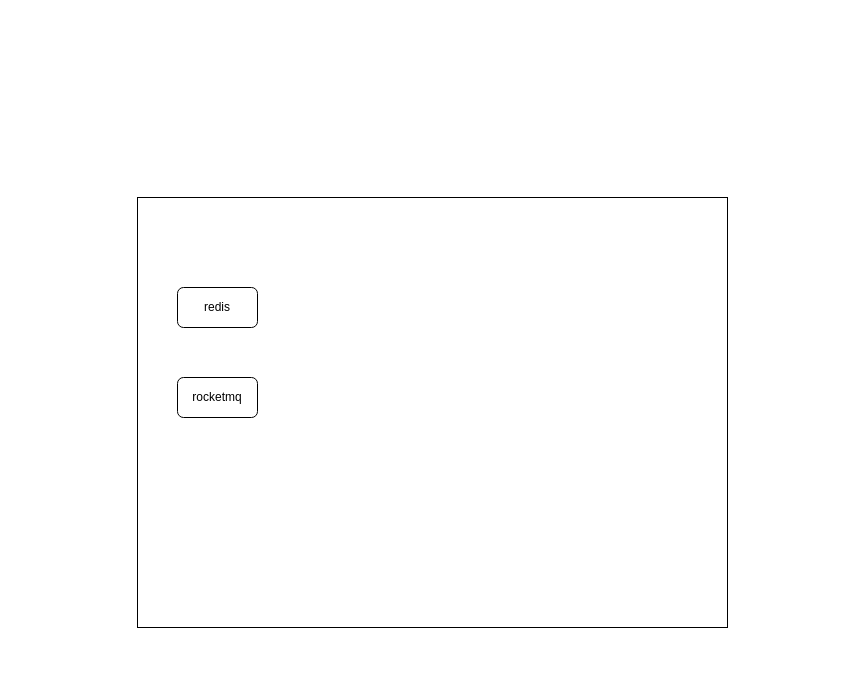
Before: Untitled Diagram.drawio in hwrdt/HWRDT, a draw.io diagram. Source tidied: cells renumbered, new cells numbered last; positions are measured from the earlier drawing's top-left corner, leaving out a move shared by most shapes. Both pictures are drawn from the tidied source at 100%, with x=0, y=0 at pixel (137, 197).
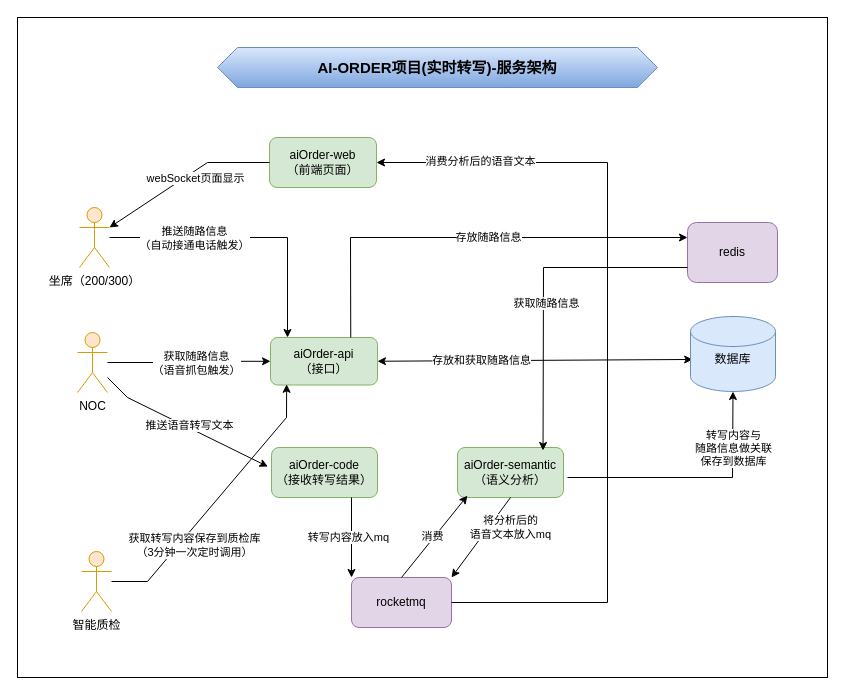
After the change.

What changed in the source:
```diff
@@
     <mxCell id="2" style="rounded=0;whiteSpace=wrap;html=1;" parent="1" vertex="1">
-      <mxGeometry width="590" height="430" as="geometry" />
+      <mxGeometry x="-120" y="-180" width="810" height="660" as="geometry" />
     </mxCell>
-    <mxCell id="3" value="redis&lt;br&gt;" style="rounded=1;whiteSpace=wrap;html=1;" parent="1" vertex="1">
-      <mxGeometry x="40" y="90" width="80" height="40" as="geometry" />
+    <mxCell id="3" value="redis&lt;br&gt;" style="rounded=1;whiteSpace=wrap;html=1;fillColor=#e1d5e7;strokeColor=#9673a6;" parent="1" vertex="1">
+      <mxGeometry x="550" y="25" width="90" height="60" as="geometry" />
     </mxCell>
-    <mxCell id="4" value="rocketmq" style="rounded=1;whiteSpace=wrap;html=1;" parent="1" vertex="1">
-      <mxGeometry x="40" y="180" width="80" height="40" as="geometry" />
+    <mxCell id="4" value="rocketmq" style="rounded=1;whiteSpace=wrap;html=1;fillColor=#e1d5e7;strokeColor=#9673a6;" parent="1" vertex="1">
+      <mxGeometry x="214" y="380" width="100" height="50" as="geometry" />
     </mxCell>
+    <mxCell id="5" value="aiOrder-api&lt;br&gt;（接口）" style="rounded=1;whiteSpace=wrap;html=1;fillColor=#d5e8d4;strokeColor=#82b366;" parent="1" vertex="1">
+      <mxGeometry x="133" y="140" width="107" height="47.5" as="geometry" />
+    </mxCell>
+    <mxCell id="6" value="aiOrder-web&lt;br&gt;（前端页面）" style="rounded=1;whiteSpace=wrap;html=1;fillColor=#d5e8d4;strokeColor=#82b366;" parent="1" vertex="1">
+      <mxGeometry x="132" y="-60" width="107" height="50" as="geometry" />
+    </mxCell>
+    <mxCell id="7" value="aiOrder-semantic&lt;br&gt;（语义分析）" style="rounded=1;whiteSpace=wrap;html=1;fillColor=#d5e8d4;strokeColor=#82b366;" parent="1" vertex="1">
+      <mxGeometry x="320" y="250" width="106" height="50" as="geometry" />
+    </mxCell>
+    <mxCell id="8" value="aiOrder-code&lt;br&gt;（接收转写结果）" style="rounded=1;whiteSpace=wrap;html=1;fillColor=#d5e8d4;strokeColor=#82b366;" parent="1" vertex="1">
+      <mxGeometry x="134" y="250" width="106" height="50" as="geometry" />
+    </mxCell>
+    <mxCell id="9" style="edgeStyle=orthogonalEdgeStyle;rounded=0;jettySize=auto;html=1;" parent="1" edge="1" source="11" target="5">
+      <mxGeometry relative="1" as="geometry">
+        <Array as="points">
+          <mxPoint x="150" y="40" />
+        </Array>
+      </mxGeometry>
+    </mxCell>
+    <mxCell id="10" value="推送随路信息&lt;br&gt;（自动接通电话触发）" style="edgeLabel;html=1;align=center;verticalAlign=middle;" parent="9" vertex="1">
+      <mxGeometry x="-0.25" y="-5" relative="1" as="geometry">
+        <mxPoint x="-20" y="-5" as="offset" />
+      </mxGeometry>
+    </mxCell>
+    <mxCell id="11" value="坐席（200/300）" style="shape=umlActor;verticalLabelPosition=bottom;verticalAlign=top;html=1;outlineConnect=0;fillColor=#ffe6cc;strokeColor=#d79b00;" parent="1" vertex="1">
+      <mxGeometry x="-58" y="10" width="30" height="60" as="geometry" />
+    </mxCell>
+    <mxCell id="12" style="edgeStyle=orthogonalEdgeStyle;rounded=0;jettySize=auto;html=1;" parent="1" edge="1" source="14" target="5">
+      <mxGeometry relative="1" as="geometry" />
+    </mxCell>
+    <mxCell id="13" value="获取随路信息&lt;br&gt;（语音抓包触发）" style="edgeLabel;html=1;align=center;verticalAlign=middle;" parent="12" vertex="1">
+      <mxGeometry x="0.1" y="-2" relative="1" as="geometry" />
+    </mxCell>
+    <mxCell id="14" value="NOC" style="shape=umlActor;verticalLabelPosition=bottom;verticalAlign=top;html=1;outlineConnect=0;fillColor=#ffe6cc;strokeColor=#d79b00;" parent="1" vertex="1">
+      <mxGeometry x="-60" y="135" width="30" height="60" as="geometry" />
+    </mxCell>
+    <mxCell id="15" value="智能质检" style="shape=umlActor;verticalLabelPosition=bottom;verticalAlign=top;html=1;outlineConnect=0;fillColor=#ffe6cc;strokeColor=#d79b00;" parent="1" vertex="1">
+      <mxGeometry x="-56" y="354" width="30" height="60" as="geometry" />
+    </mxCell>
+    <mxCell id="16" style="endArrow=classic;html=1;rounded=0;entryX=0.151;entryY=0.985;entryDx=0;entryDy=0;entryPerimeter=0;" parent="1" edge="1" source="15" target="5">
+      <mxGeometry x="-0.25" y="5" relative="1" as="geometry">
+        <Array as="points">
+          <mxPoint x="10" y="384" />
+          <mxPoint x="149" y="220" />
+        </Array>
+      </mxGeometry>
+    </mxCell>
+    <mxCell id="17" value="&lt;div&gt;&lt;span style=&quot;font-size: 11px&quot;&gt;获取转写内容保存到质检库&lt;/span&gt;&lt;/div&gt;&lt;div&gt;&lt;span style=&quot;font-size: 11px&quot;&gt;（3分钟一次定时调用）&lt;/span&gt;&lt;/div&gt;" style="edgeLabel;html=1;align=center;verticalAlign=middle;" parent="16" vertex="1">
+      <mxGeometry x="-0.26" y="-2" relative="1" as="geometry">
+        <mxPoint y="15" as="offset" />
+      </mxGeometry>
+    </mxCell>
+    <mxCell id="18" style="endArrow=classic;html=1;rounded=0;" parent="1" edge="1">
+      <mxGeometry relative="1" as="geometry">
+        <mxPoint x="214" y="300" as="sourcePoint" />
+        <mxPoint x="214" y="380" as="targetPoint" />
+      </mxGeometry>
+    </mxCell>
+    <mxCell id="19" value="转写内容放入mq" style="edgeLabel;html=1;align=center;verticalAlign=middle;" parent="18" vertex="1">
+      <mxGeometry x="0.14" y="1" relative="1" as="geometry">
+        <mxPoint x="-5" y="-7" as="offset" />
+      </mxGeometry>
+    </mxCell>
+    <mxCell id="20" style="endArrow=classic;html=1;rounded=0;entryX=0.094;entryY=0.962;entryDx=0;entryDy=0;exitX=0.5;exitY=0;exitDx=0;exitDy=0;entryPerimeter=0;" parent="1" edge="1" source="4" target="7">
+      <mxGeometry relative="1" as="geometry" />
+    </mxCell>
+    <mxCell id="21" value="消费" style="edgeLabel;html=1;align=center;verticalAlign=middle;" parent="20" vertex="1">
+      <mxGeometry x="-0.19" y="1" relative="1" as="geometry">
+        <mxPoint x="4" y="-7" as="offset" />
+      </mxGeometry>
+    </mxCell>
+    <mxCell id="22" style="endArrow=classic;html=1;rounded=0;entryX=1;entryY=0;entryDx=0;entryDy=0;exitX=0.5;exitY=1;exitDx=0;exitDy=0;" parent="1" edge="1" source="7" target="4">
+      <mxGeometry relative="1" as="geometry" />
+    </mxCell>
+    <mxCell id="23" value="将分析后的&lt;br&gt;语音文本放入mq" style="edgeLabel;html=1;align=center;verticalAlign=middle;" parent="22" vertex="1">
+      <mxGeometry x="-0.24" y="-1" relative="1" as="geometry">
+        <mxPoint x="23" as="offset" />
+      </mxGeometry>
+    </mxCell>
+    <mxCell id="24" style="endArrow=classic;html=1;rounded=0;entryX=-0.034;entryY=0.382;entryDx=0;entryDy=0;entryPerimeter=0;" parent="1" edge="1" source="14" target="8">
+      <mxGeometry relative="1" as="geometry">
+        <Array as="points">
+          <mxPoint x="-10" y="200" />
+        </Array>
+      </mxGeometry>
+    </mxCell>
+    <mxCell id="25" value="推送语音转写文本" style="edgeLabel;html=1;align=center;verticalAlign=middle;" parent="24" vertex="1">
+      <mxGeometry x="-0.18" y="-2" relative="1" as="geometry">
+        <mxPoint x="20" y="5" as="offset" />
+      </mxGeometry>
+    </mxCell>
+    <mxCell id="26" style="endArrow=classic;html=1;rounded=0;exitX=0;exitY=0.75;exitDx=0;exitDy=0;entryX=0.807;entryY=0.06;entryDx=0;entryDy=0;entryPerimeter=0;" parent="1" edge="1" source="3" target="7">
+      <mxGeometry relative="1" as="geometry">
+        <Array as="points">
+          <mxPoint x="406" y="70" />
+        </Array>
+      </mxGeometry>
+    </mxCell>
+    <mxCell id="27" value="获取随路信息" style="edgeLabel;html=1;align=center;verticalAlign=middle;" parent="26" vertex="1">
+      <mxGeometry x="-0.17" y="2" relative="1" as="geometry">
+        <mxPoint x="-6" y="33" as="offset" />
+      </mxGeometry>
+    </mxCell>
+    <mxCell id="28" style="endArrow=classic;html=1;rounded=0;entryX=0.5;entryY=1;entryDx=0;entryDy=0;entryPerimeter=0;" parent="1" edge="1" target="38">
+      <mxGeometry relative="1" as="geometry">
+        <mxPoint x="430" y="280" as="sourcePoint" />
+        <Array as="points">
+          <mxPoint x="595" y="280" />
+        </Array>
+      </mxGeometry>
+    </mxCell>
+    <mxCell id="29" value="转写内容与&lt;br&gt;随路信息做关联&lt;br&gt;保存到数据库" style="edgeLabel;html=1;align=center;verticalAlign=middle;" parent="28" vertex="1">
+      <mxGeometry x="-0.23" relative="1" as="geometry">
+        <mxPoint x="68" y="-30" as="offset" />
+      </mxGeometry>
+    </mxCell>
+    <mxCell id="30" style="endArrow=classic;startArrow=classic;html=1;rounded=0;exitX=1;exitY=0.5;exitDx=0;exitDy=0;entryX=0.025;entryY=0.573;entryDx=0;entryDy=0;entryPerimeter=0;" parent="1" edge="1" source="5" target="38">
+      <mxGeometry relative="1" as="geometry" />
+    </mxCell>
+    <mxCell id="31" value="存放和获取随路信息" style="edgeLabel;html=1;align=center;verticalAlign=middle;" parent="30" vertex="1">
+      <mxGeometry x="-0.14" relative="1" as="geometry">
+        <mxPoint x="-32" as="offset" />
+      </mxGeometry>
+    </mxCell>
+    <mxCell id="32" style="endArrow=classic;html=1;rounded=0;exitX=0.75;exitY=0;exitDx=0;exitDy=0;entryX=0;entryY=0.25;entryDx=0;entryDy=0;" parent="1" edge="1" source="5" target="3">
+      <mxGeometry relative="1" as="geometry">
+        <Array as="points">
+          <mxPoint x="213" y="40" />
+        </Array>
+      </mxGeometry>
+    </mxCell>
+    <mxCell id="33" value="存放随路信息" style="edgeLabel;html=1;align=center;verticalAlign=middle;" parent="32" vertex="1">
+      <mxGeometry x="0.09" y="1" relative="1" as="geometry" />
+    </mxCell>
+    <mxCell id="34" style="endArrow=classic;html=1;rounded=0;exitX=1;exitY=0.5;exitDx=0;exitDy=0;entryX=1;entryY=0.5;entryDx=0;entryDy=0;" parent="1" edge="1" source="4" target="6">
+      <mxGeometry relative="1" as="geometry">
+        <Array as="points">
+          <mxPoint x="470" y="405" />
+          <mxPoint x="470" y="-35" />
+        </Array>
+      </mxGeometry>
+    </mxCell>
+    <mxCell id="35" value="消费分析后的语音文本" style="edgeLabel;html=1;align=center;verticalAlign=middle;" parent="34" vertex="1">
+      <mxGeometry x="0.75" y="-2" relative="1" as="geometry" />
+    </mxCell>
+    <mxCell id="36" style="endArrow=classic;html=1;rounded=0;exitX=0;exitY=0.5;exitDx=0;exitDy=0;entryX=1;entryY=0.3333333333333333;entryDx=0;entryDy=0;entryPerimeter=0;" parent="1" edge="1" source="6" target="11">
+      <mxGeometry relative="1" as="geometry">
+        <Array as="points">
+          <mxPoint x="70" y="-35" />
+        </Array>
+      </mxGeometry>
+    </mxCell>
+    <mxCell id="37" value="webSocket页面显示" style="edgeLabel;html=1;align=center;verticalAlign=middle;" parent="36" vertex="1">
+      <mxGeometry x="-0.14" y="-3" relative="1" as="geometry">
+        <mxPoint x="2" y="10" as="offset" />
+      </mxGeometry>
+    </mxCell>
+    <mxCell id="38" value="数据库&lt;br&gt;&amp;nbsp;" style="shape=cylinder3;whiteSpace=wrap;html=1;boundedLbl=1;backgroundOutline=1;size=15;fillColor=#dae8fc;strokeColor=#6c8ebf;" parent="1" vertex="1">
+      <mxGeometry x="553" y="119" width="85" height="75" as="geometry" />
+    </mxCell>
+    <mxCell id="39" value="AI-ORDER项目(实时转写)-服务架构" style="shape=hexagon;perimeter=hexagonPerimeter2;whiteSpace=wrap;html=1;fixedSize=1;fillColor=#dae8fc;strokeColor=#6c8ebf;fontStyle=1;fontSize=15;gradientColor=#7ea6e0;" parent="1" vertex="1">
+      <mxGeometry x="80" y="-150" width="440" height="40" as="geometry" />
+    </mxCell>
```
